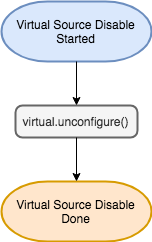
Earlier version of the draw.io export docs/docs/References/images/VirtualSourceDisable.png (delphix/virtualization-sdk). Source tidied: cells renumbered, new cells last; positions are measured from the earlier drawing's top-left corner, leaving out a move shared by most shapes. The source it was exported from:
```xml
<mxGraphModel>
  <root>
    <mxCell id="0" />
    <mxCell id="1" parent="0" />
    <mxCell id="2" value="&lt;span&gt;Virtual Source Disable&lt;br&gt;Started&lt;br&gt;&lt;/span&gt;" style="strokeWidth=2;html=1;shape=mxgraph.flowchart.terminator;whiteSpace=wrap;fillColor=#dae8fc;strokeColor=#6c8ebf;" parent="1" vertex="1">
      <mxGeometry width="150" height="60" as="geometry" />
    </mxCell>
    <mxCell id="3" value="Virtual Source Disable&lt;br&gt;&lt;span&gt;Done&lt;br&gt;&lt;/span&gt;" style="strokeWidth=2;html=1;shape=mxgraph.flowchart.terminator;whiteSpace=wrap;fillColor=#ffe6cc;strokeColor=#d79b00;" parent="1" vertex="1">
      <mxGeometry y="180" width="150" height="60" as="geometry" />
    </mxCell>
    <mxCell id="4" value="virtual.unconfigure()" style="rounded=1;whiteSpace=wrap;html=1;absoluteArcSize=1;arcSize=14;strokeWidth=2;fillColor=#f5f5f5;strokeColor=#666666;fontColor=#333333;" parent="1" vertex="1">
      <mxGeometry x="14" y="104" width="122" height="32" as="geometry" />
    </mxCell>
    <mxCell id="5" style="endArrow=classic;html=1;exitX=0.5;exitY=1;exitDx=0;exitDy=0;" parent="1" edge="1" source="4" target="3">
      <mxGeometry relative="1" as="geometry" />
    </mxCell>
    <mxCell id="6" style="endArrow=classic;html=1;entryX=0.5;entryY=0;entryDx=0;entryDy=0;exitX=0.5;exitY=1;exitDx=0;exitDy=0;exitPerimeter=0;" parent="1" edge="1" source="2" target="4">
      <mxGeometry relative="1" as="geometry" />
    </mxCell>
  </root>
</mxGraphModel>
```
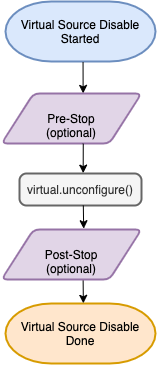
The same file after the commit.

Change to the diagram source:
```diff
@@ -6,16 +6,28 @@
       <mxGeometry width="150" height="60" as="geometry" />
     </mxCell>
     <mxCell id="3" value="Virtual Source Disable&lt;br&gt;&lt;span&gt;Done&lt;br&gt;&lt;/span&gt;" style="strokeWidth=2;html=1;shape=mxgraph.flowchart.terminator;whiteSpace=wrap;fillColor=#ffe6cc;strokeColor=#d79b00;" parent="1" vertex="1">
-      <mxGeometry y="180" width="150" height="60" as="geometry" />
+      <mxGeometry y="302" width="150" height="60" as="geometry" />
     </mxCell>
     <mxCell id="4" value="virtual.unconfigure()" style="rounded=1;whiteSpace=wrap;html=1;absoluteArcSize=1;arcSize=14;strokeWidth=2;fillColor=#f5f5f5;strokeColor=#666666;fontColor=#333333;" parent="1" vertex="1">
-      <mxGeometry x="14" y="104" width="122" height="32" as="geometry" />
+      <mxGeometry x="14" y="172" width="122" height="32" as="geometry" />
     </mxCell>
-    <mxCell id="5" style="endArrow=classic;html=1;exitX=0.5;exitY=1;exitDx=0;exitDy=0;" parent="1" edge="1" source="4" target="3">
+    <mxCell id="5" style="endArrow=classic;html=1;entryX=0.583;entryY=-0.002;entryDx=0;entryDy=0;exitX=0.517;exitY=1.01;exitDx=0;exitDy=0;exitPerimeter=0;entryPerimeter=0;" parent="1" edge="1" source="2" target="6">
       <mxGeometry relative="1" as="geometry" />
     </mxCell>
-    <mxCell id="6" style="endArrow=classic;html=1;entryX=0.5;entryY=0;entryDx=0;entryDy=0;exitX=0.5;exitY=1;exitDx=0;exitDy=0;exitPerimeter=0;" parent="1" edge="1" source="2" target="4">
-      <mxGeometry relative="1" as="geometry" />
+    <mxCell id="6" value="Pre-Stop&lt;br&gt;(optional)" style="verticalAlign=center;html=1;strokeWidth=2;shape=parallelogram;perimeter=parallelogramPerimeter;whiteSpace=wrap;rounded=1;arcSize=12;size=0.23;comic=0;fillColor=#e1d5e7;strokeColor=#9673a6;" parent="1" vertex="1">
+      <mxGeometry x="-4" y="92" width="140" height="50" as="geometry" />
     </mxCell>
+    <mxCell id="7" style="endArrow=classic;html=1;exitX=0.584;exitY=1.004;exitDx=0;exitDy=0;exitPerimeter=0;entryX=0.522;entryY=-0.012;entryDx=0;entryDy=0;entryPerimeter=0;" parent="1" edge="1" source="6" target="4">
+      <mxGeometry relative="1" as="geometry" />
+    </mxCell>
+    <mxCell id="8" style="edgeStyle=orthogonalEdgeStyle;rounded=0;jettySize=auto;html=1;exitX=0.583;exitY=0.99;exitDx=0;exitDy=0;exitPerimeter=0;entryX=0.519;entryY=-0.003;entryDx=0;entryDy=0;entryPerimeter=0;" parent="1" edge="1" source="9" target="3">
+      <mxGeometry relative="1" as="geometry" />
+    </mxCell>
+    <mxCell id="9" value="Post-Stop&lt;br&gt;(optional)" style="verticalAlign=center;html=1;strokeWidth=2;shape=parallelogram;perimeter=parallelogramPerimeter;whiteSpace=wrap;rounded=1;arcSize=12;size=0.23;comic=0;fillColor=#e1d5e7;strokeColor=#9673a6;" parent="1" vertex="1">
+      <mxGeometry x="-4" y="228" width="140" height="50" as="geometry" />
+    </mxCell>
+    <mxCell id="10" style="endArrow=classic;html=1;exitX=0.523;exitY=0.999;exitDx=0;exitDy=0;exitPerimeter=0;entryX=0.587;entryY=-0.016;entryDx=0;entryDy=0;entryPerimeter=0;" parent="1" edge="1" source="4" target="9">
+      <mxGeometry relative="1" as="geometry" />
+    </mxCell>
   </root>
 </mxGraphModel>
```
